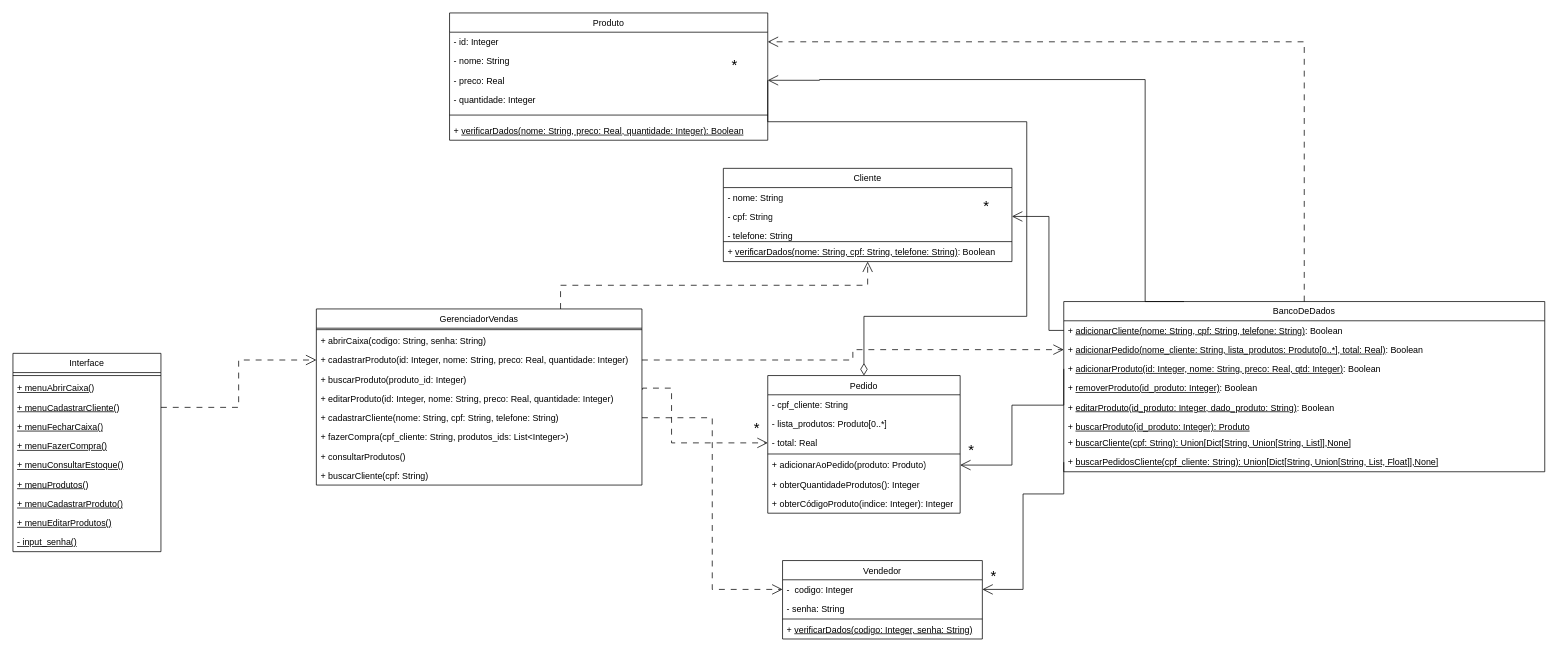
Above: CASOS_DE_USO/diagrama_de_classes.drawio in guifrazao/PROJETO_ESW1 (draw.io), before the change. Source tidied: cells renumbered, new cells numbered last; positions are measured from the earlier drawing's top-left corner, leaving out a move shared by most shapes. Both pictures are drawn from the tidied source at 74%, with x=0, y=0 at pixel (13, 13).
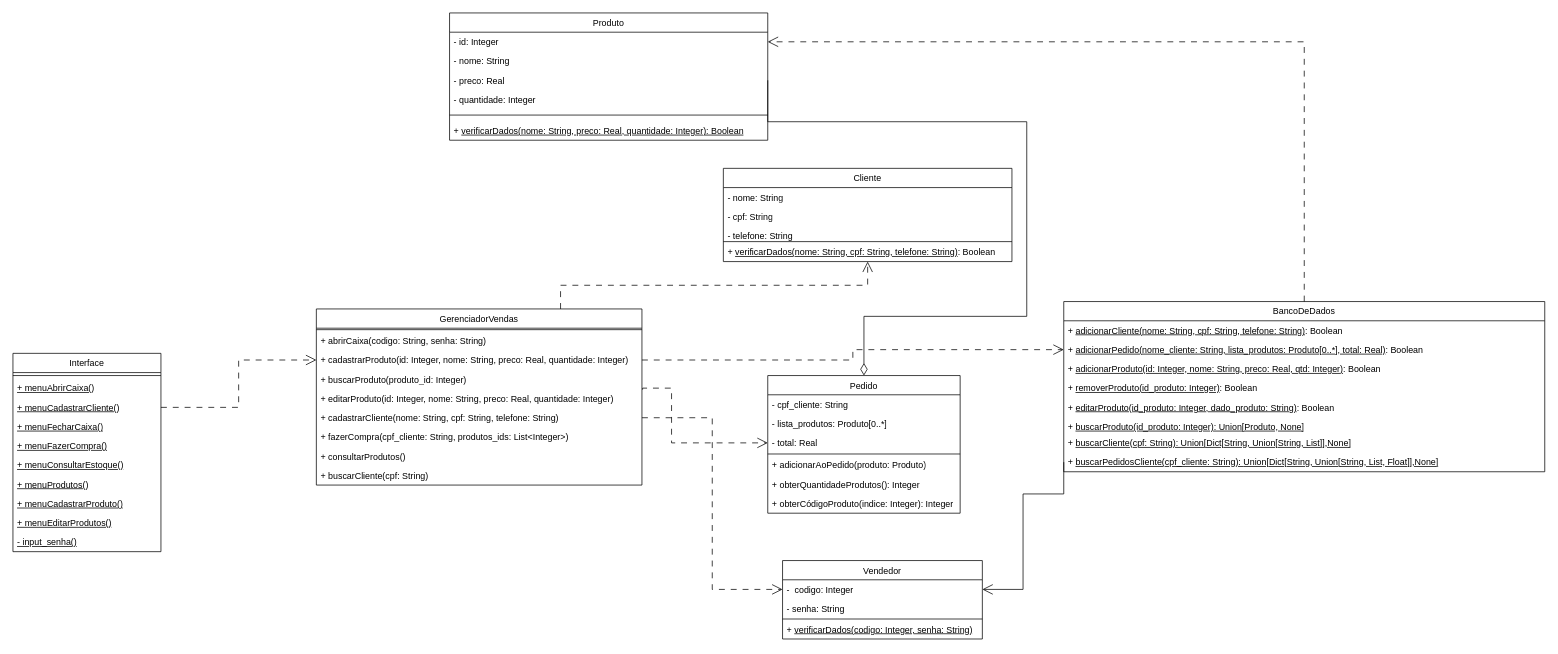
The same page after the edit.

Unchanged cells that the change refers to:
```xml
<mxCell id="5" value="- preco: Real" style="text;strokeColor=none;fillColor=none;align=left;verticalAlign=top;spacingLeft=4;spacingRight=4;overflow=hidden;points=[[0,0.5],[1,0.5]];portConstraint=eastwest;whiteSpace=wrap;html=1;" parent="2" vertex="1">
  <mxGeometry y="78" width="430" height="26" as="geometry" />
</mxCell>
<mxCell id="9" value="BancoDeDados" style="swimlane;fontStyle=0;horizontal=1;startSize=26;fillColor=none;whiteSpace=wrap;html=1;" parent="1" vertex="1">
  <mxGeometry x="1420" y="390" width="650" height="230" as="geometry" />
</mxCell>
<mxCell id="10" value="+ &lt;u&gt;adicionarCliente(nome: String, cpf: String, telefone: String)&lt;/u&gt;: Boolean" style="text;strokeColor=none;fillColor=none;align=left;verticalAlign=top;spacingLeft=4;spacingRight=4;overflow=hidden;points=[[0,0.5],[1,0.5]];portConstraint=eastwest;whiteSpace=wrap;html=1;" parent="9" vertex="1">
  <mxGeometry y="26" width="650" height="26" as="geometry" />
</mxCell>
<mxCell id="12" value="+ &lt;u&gt;adicionarProduto(id: Integer, nome: String, preco: Real, qtd: Integer)&lt;/u&gt;: Boolean" style="text;strokeColor=none;fillColor=none;align=left;verticalAlign=top;spacingLeft=4;spacingRight=4;overflow=hidden;points=[[0,0.5],[1,0.5]];portConstraint=eastwest;whiteSpace=wrap;html=1;" parent="9" vertex="1">
  <mxGeometry y="78" width="650" height="26" as="geometry" />
</mxCell>
<mxCell id="33" value="+ adicionarAoPedido(produto: Produto)" style="text;strokeColor=none;fillColor=none;align=left;verticalAlign=top;spacingLeft=4;spacingRight=4;overflow=hidden;points=[[0,0.5],[1,0.5]];portConstraint=eastwest;whiteSpace=wrap;html=1;" parent="28" vertex="1">
  <mxGeometry y="108" width="260" height="26" as="geometry" />
</mxCell>
<mxCell id="55" value="- cpf: String" style="text;strokeColor=none;fillColor=none;align=left;verticalAlign=top;spacingLeft=4;spacingRight=4;overflow=hidden;points=[[0,0.5],[1,0.5]];portConstraint=eastwest;whiteSpace=wrap;html=1;" parent="53" vertex="1">
  <mxGeometry y="52" width="390" height="26" as="geometry" />
</mxCell>
```

Diff of the diagram source:
```diff
@@
-    <mxCell id="15" value="+ &lt;u&gt;buscarProduto(id_produto: Integer): Produto&lt;/u&gt;" style="text;strokeColor=none;fillColor=none;align=left;verticalAlign=top;spacingLeft=4;spacingRight=4;overflow=hidden;whiteSpace=wrap;html=1;" parent="9" vertex="1">
+    <mxCell id="15" value="+ &lt;u&gt;buscarProduto(id_produto: Integer): Union[Produto, None]&lt;/u&gt;" style="text;strokeColor=none;fillColor=none;align=left;verticalAlign=top;spacingLeft=4;spacingRight=4;overflow=hidden;whiteSpace=wrap;html=1;" parent="9" vertex="1">
       <mxGeometry y="156" width="650" height="22" as="geometry" />
     </mxCell>
@@
-    <mxCell id="41" style="endArrow=open;endFill=1;endSize=12;html=1;rounded=0;entryX=1;entryY=0.5;entryDx=0;entryDy=0;exitX=0;exitY=0.5;exitDx=0;exitDy=0;edgeStyle=orthogonalEdgeStyle;" parent="1" edge="1" source="12" target="33">
-      <mxGeometry relative="1" as="geometry">
-        <Array as="points">
-          <mxPoint x="1420" y="530" />
-          <mxPoint x="1350" y="530" />
-          <mxPoint x="1350" y="611" />
-        </Array>
-      </mxGeometry>
-    </mxCell>
@@
-    <mxCell id="62" value="&lt;font style=&quot;font-size: 20px;&quot;&gt;*&lt;/font&gt;" style="text;html=1;align=center;verticalAlign=middle;strokeColor=none;fillColor=none;" parent="1" vertex="1">
-      <mxGeometry x="990" y="540" width="30" height="40" as="geometry" />
-    </mxCell>
@@
-    <mxCell id="68" value="&lt;font style=&quot;font-size: 20px;&quot;&gt;*&lt;/font&gt;" style="text;html=1;align=center;verticalAlign=middle;strokeColor=none;fillColor=none;" parent="1" vertex="1">
-      <mxGeometry x="1280" y="570" width="30" height="40" as="geometry" />
-    </mxCell>
-    <mxCell id="69" value="&lt;font style=&quot;font-size: 20px;&quot;&gt;*&lt;/font&gt;" style="text;html=1;align=center;verticalAlign=middle;strokeColor=none;fillColor=none;" parent="1" vertex="1">
-      <mxGeometry x="1310" y="740" width="30" height="40" as="geometry" />
-    </mxCell>
-    <mxCell id="70" style="endArrow=open;endFill=1;endSize=12;html=1;rounded=0;entryX=1;entryY=0.5;entryDx=0;entryDy=0;exitX=0;exitY=0.5;exitDx=0;exitDy=0;edgeStyle=orthogonalEdgeStyle;" parent="1" edge="1" source="10" target="55">
-      <mxGeometry relative="1" as="geometry">
-        <Array as="points">
-          <mxPoint x="1400" y="429" />
-          <mxPoint x="1400" y="275" />
-        </Array>
-      </mxGeometry>
-    </mxCell>
-    <mxCell id="71" value="&lt;font style=&quot;font-size: 20px;&quot;&gt;*&lt;/font&gt;" style="text;html=1;align=center;verticalAlign=middle;strokeColor=none;fillColor=none;" parent="1" vertex="1">
-      <mxGeometry x="1300" y="240" width="30" height="40" as="geometry" />
-    </mxCell>
-    <mxCell id="72" style="endArrow=open;endFill=1;endSize=12;html=1;rounded=0;entryX=1;entryY=0.5;entryDx=0;entryDy=0;exitX=0.25;exitY=0;exitDx=0;exitDy=0;edgeStyle=orthogonalEdgeStyle;" parent="1" edge="1" source="9" target="5">
-      <mxGeometry relative="1" as="geometry">
-        <Array as="points">
-          <mxPoint x="1530" y="90" />
-          <mxPoint x="1090" y="90" />
-          <mxPoint x="1090" y="91" />
-        </Array>
-      </mxGeometry>
-    </mxCell>
-    <mxCell id="73" value="&lt;font style=&quot;font-size: 20px;&quot;&gt;*&lt;/font&gt;" style="text;html=1;align=center;verticalAlign=middle;strokeColor=none;fillColor=none;" parent="1" vertex="1">
-      <mxGeometry x="960" y="50" width="30" height="40" as="geometry" />
-    </mxCell>
```
